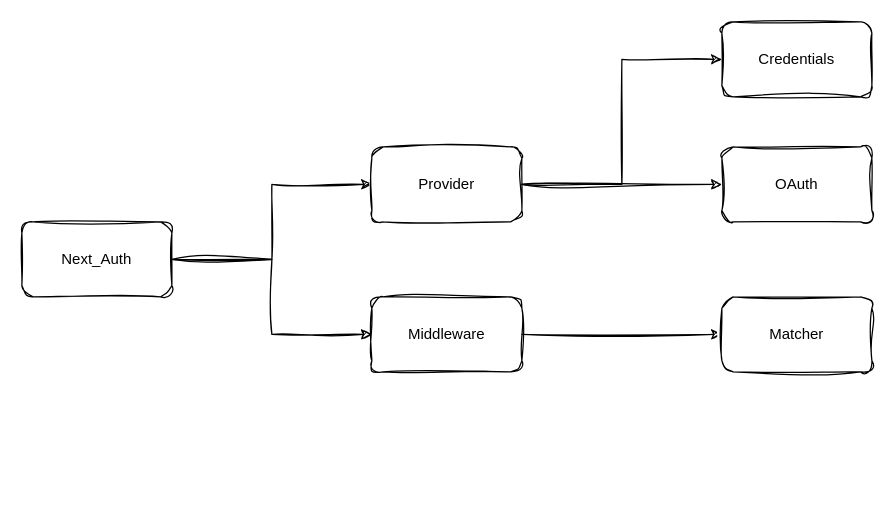
Before: 01.개인공부/nextjs_공부내용.drawio in CodingGamePlayer/CodingGamePlayer, a draw.io diagram. Source tidied: cells renumbered, new cells numbered last; positions are measured from the earlier drawing's top-left corner, leaving out a move shared by most shapes. Both pictures are drawn from the tidied source at 125%, with x=0, y=0 at pixel (21, 21).
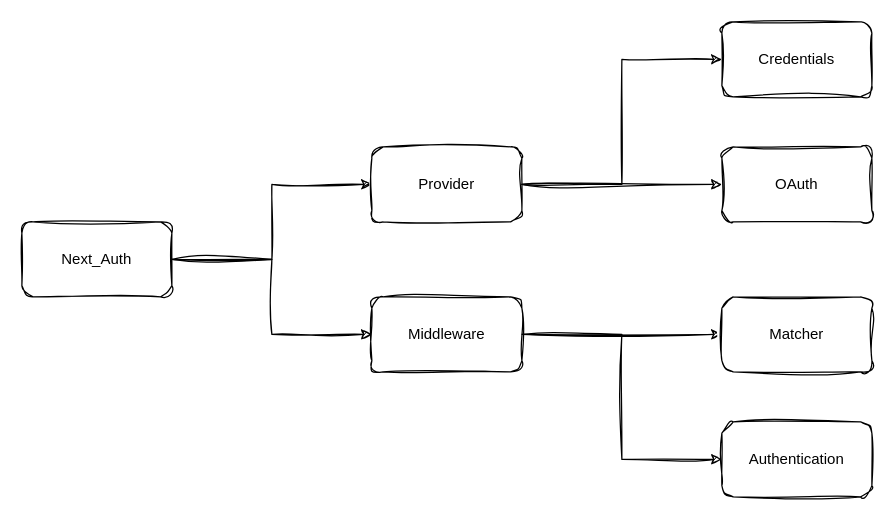
The same page after the edit.

Commit message (it also covers changes not shown here):
nextjs_공부내용.drawio 업데이트

What changed in the source:
```diff
@@
 <mxGraphModel>
   <root>
     <mxCell id="0" />
     <mxCell id="1" parent="0" />
     <mxCell id="2" style="edgeStyle=orthogonalEdgeStyle;rounded=0;jettySize=auto;html=1;entryX=0;entryY=0.5;entryDx=0;entryDy=0;sketch=1;curveFitting=1;jiggle=2;" parent="1" edge="1" source="4" target="7">
       <mxGeometry relative="1" as="geometry" />
     </mxCell>
     <mxCell id="3" style="edgeStyle=orthogonalEdgeStyle;rounded=0;jettySize=auto;html=1;entryX=0;entryY=0.5;entryDx=0;entryDy=0;sketch=1;curveFitting=1;jiggle=2;" parent="1" edge="1" source="4" target="9">
       <mxGeometry relative="1" as="geometry" />
     </mxCell>
     <mxCell id="4" value="Next_Auth" style="rounded=1;whiteSpace=wrap;html=1;sketch=1;curveFitting=1;jiggle=2;" parent="1" vertex="1">
       <mxGeometry y="160" width="120" height="60" as="geometry" />
     </mxCell>
     <mxCell id="5" style="edgeStyle=orthogonalEdgeStyle;rounded=0;sketch=1;jiggle=2;curveFitting=1;jettySize=auto;html=1;strokeColor=default;align=center;verticalAlign=middle;fontFamily=Helvetica;fontSize=11;fontColor=default;labelBackgroundColor=default;endArrow=classic;" parent="1" edge="1" source="7" target="10">
       <mxGeometry relative="1" as="geometry">
         <Array as="points">
           <mxPoint x="480" y="130" />
           <mxPoint x="480" y="30" />
         </Array>
       </mxGeometry>
     </mxCell>
     <mxCell id="6" style="edgeStyle=orthogonalEdgeStyle;rounded=0;sketch=1;jiggle=2;curveFitting=1;jettySize=auto;html=1;strokeColor=default;align=center;verticalAlign=middle;fontFamily=Helvetica;fontSize=11;fontColor=default;labelBackgroundColor=default;endArrow=classic;" parent="1" edge="1" source="7" target="11">
       <mxGeometry relative="1" as="geometry" />
     </mxCell>
     <mxCell id="7" value="Provider" style="rounded=1;whiteSpace=wrap;html=1;sketch=1;curveFitting=1;jiggle=2;" parent="1" vertex="1">
       <mxGeometry x="280" y="100" width="120" height="60" as="geometry" />
     </mxCell>
     <mxCell id="8" style="edgeStyle=orthogonalEdgeStyle;rounded=0;sketch=1;jiggle=2;curveFitting=1;jettySize=auto;html=1;strokeColor=default;align=center;verticalAlign=middle;fontFamily=Helvetica;fontSize=11;fontColor=default;labelBackgroundColor=default;endArrow=classic;" parent="1" edge="1" source="9" target="12">
       <mxGeometry relative="1" as="geometry" />
     </mxCell>
+    <mxCell id="13" style="edgeStyle=orthogonalEdgeStyle;rounded=0;sketch=1;jiggle=2;curveFitting=1;jettySize=auto;html=1;entryX=0;entryY=0.5;entryDx=0;entryDy=0;strokeColor=default;align=center;verticalAlign=middle;fontFamily=Helvetica;fontSize=11;fontColor=default;labelBackgroundColor=default;endArrow=classic;" parent="1" edge="1" source="9" target="14">
+      <mxGeometry relative="1" as="geometry" />
+    </mxCell>
     <mxCell id="9" value="Middleware" style="rounded=1;whiteSpace=wrap;html=1;sketch=1;curveFitting=1;jiggle=2;" parent="1" vertex="1">
       <mxGeometry x="280" y="220" width="120" height="60" as="geometry" />
     </mxCell>
     <mxCell id="10" value="Credentials" style="rounded=1;whiteSpace=wrap;html=1;sketch=1;curveFitting=1;jiggle=2;" parent="1" vertex="1">
       <mxGeometry x="560" width="120" height="60" as="geometry" />
     </mxCell>
     <mxCell id="11" value="OAuth" style="rounded=1;whiteSpace=wrap;html=1;sketch=1;curveFitting=1;jiggle=2;" parent="1" vertex="1">
       <mxGeometry x="560" y="100" width="120" height="60" as="geometry" />
     </mxCell>
     <mxCell id="12" value="Matcher" style="rounded=1;whiteSpace=wrap;html=1;sketch=1;curveFitting=1;jiggle=2;" parent="1" vertex="1">
       <mxGeometry x="560" y="220" width="120" height="60" as="geometry" />
     </mxCell>
+    <mxCell id="14" value="Authentication" style="rounded=1;whiteSpace=wrap;html=1;sketch=1;curveFitting=1;jiggle=2;" parent="1" vertex="1">
+      <mxGeometry x="560" y="320" width="120" height="60" as="geometry" />
+    </mxCell>
   </root>
 </mxGraphModel>
```
